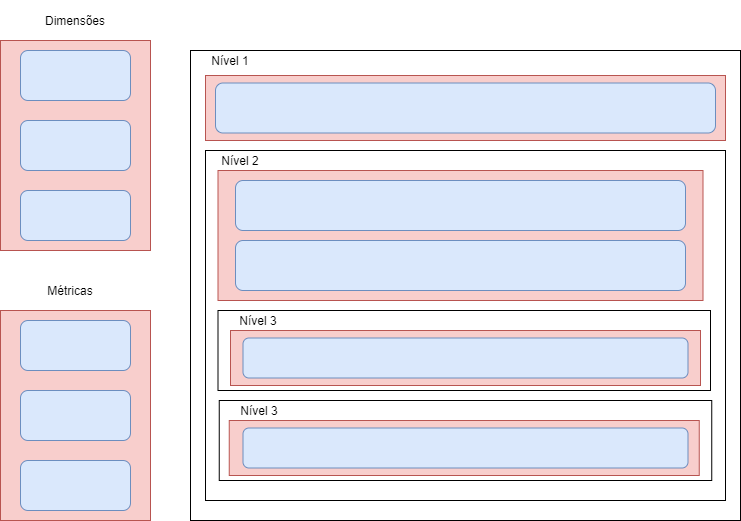
The draw.io diagram imagesRelatorio/RepresentacaoDetalhes.png in DuarteFelicio/DataAnnotation, before a commit. Source tidied: cells renumbered, new cells last; positions are measured from the earlier drawing's top-left corner, leaving out a move shared by most shapes.
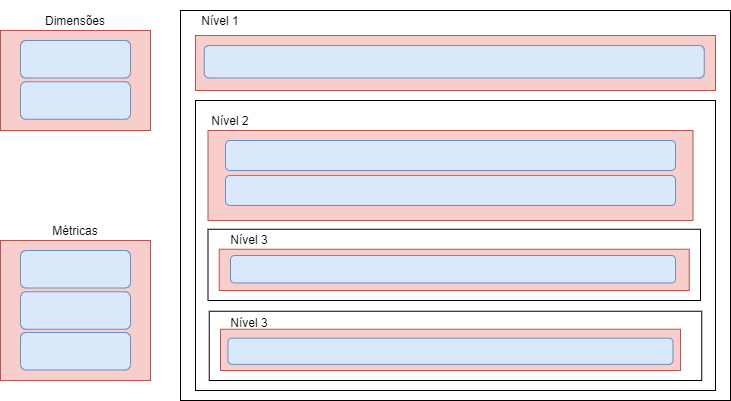
After the commit.

The edit, as a diff of the source:
```diff
@@ -3,85 +3,82 @@
     <mxCell id="0" />
     <mxCell id="1" parent="0" />
     <mxCell id="2" value="Dimensões" style="text;html=1;strokeColor=none;fillColor=none;align=center;verticalAlign=middle;whiteSpace=wrap;rounded=0;" parent="1" vertex="1">
-      <mxGeometry x="45" width="60" height="40" as="geometry" />
+      <mxGeometry x="45" y="80" width="60" height="40" as="geometry" />
     </mxCell>
-    <mxCell id="3" style="rounded=0;whiteSpace=wrap;html=1;fillColor=#f8cecc;strokeColor=#b85450;" parent="1" vertex="1">
-      <mxGeometry y="40" width="150" height="210" as="geometry" />
-    </mxCell>
-    <mxCell id="4" style="rounded=1;whiteSpace=wrap;html=1;fillColor=#dae8fc;strokeColor=#6c8ebf;" parent="1" vertex="1">
-      <mxGeometry x="20" y="50" width="110" height="50" as="geometry" />
-    </mxCell>
-    <mxCell id="5" style="rounded=1;whiteSpace=wrap;html=1;fillColor=#dae8fc;strokeColor=#6c8ebf;" parent="1" vertex="1">
-      <mxGeometry x="20" y="120" width="110" height="50" as="geometry" />
-    </mxCell>
-    <mxCell id="6" style="rounded=1;whiteSpace=wrap;html=1;fillColor=#dae8fc;strokeColor=#6c8ebf;" parent="1" vertex="1">
-      <mxGeometry x="20" y="190" width="110" height="50" as="geometry" />
-    </mxCell>
     <mxCell id="7" value="Métricas" style="text;html=1;strokeColor=none;fillColor=none;align=center;verticalAlign=middle;whiteSpace=wrap;rounded=0;" parent="1" vertex="1">
-      <mxGeometry x="40" y="270" width="60" height="40" as="geometry" />
+      <mxGeometry x="45" y="290" width="60" height="40" as="geometry" />
     </mxCell>
     <mxCell id="8" style="rounded=0;whiteSpace=wrap;html=1;fillColor=#f8cecc;strokeColor=#b85450;" parent="1" vertex="1">
-      <mxGeometry y="310" width="150" height="210" as="geometry" />
+      <mxGeometry y="320" width="150" height="140" as="geometry" />
     </mxCell>
     <mxCell id="9" style="rounded=1;whiteSpace=wrap;html=1;fillColor=#dae8fc;strokeColor=#6c8ebf;" parent="1" vertex="1">
-      <mxGeometry x="20" y="320" width="110" height="50" as="geometry" />
+      <mxGeometry x="20" y="330" width="110" height="37.5" as="geometry" />
     </mxCell>
-    <mxCell id="10" style="rounded=1;whiteSpace=wrap;html=1;fillColor=#dae8fc;strokeColor=#6c8ebf;" parent="1" vertex="1">
-      <mxGeometry x="20" y="390" width="110" height="50" as="geometry" />
-    </mxCell>
-    <mxCell id="11" style="rounded=1;whiteSpace=wrap;html=1;fillColor=#dae8fc;strokeColor=#6c8ebf;" parent="1" vertex="1">
-      <mxGeometry x="20" y="460" width="110" height="50" as="geometry" />
-    </mxCell>
     <mxCell id="12" style="rounded=0;whiteSpace=wrap;html=1;" parent="1" vertex="1">
-      <mxGeometry x="190" y="50" width="550" height="470" as="geometry" />
+      <mxGeometry x="180" y="90" width="550" height="390" as="geometry" />
     </mxCell>
     <mxCell id="13" value="Nível 1" style="text;html=1;strokeColor=none;fillColor=none;align=center;verticalAlign=middle;whiteSpace=wrap;rounded=0;" parent="1" vertex="1">
-      <mxGeometry x="190" y="50" width="80" height="20" as="geometry" />
+      <mxGeometry x="180" y="90" width="80" height="20" as="geometry" />
     </mxCell>
     <mxCell id="14" style="rounded=0;whiteSpace=wrap;html=1;" parent="1" vertex="1">
-      <mxGeometry x="205" y="150" width="520" height="350" as="geometry" />
+      <mxGeometry x="195" y="180" width="520" height="290" as="geometry" />
     </mxCell>
     <mxCell id="15" value="Nível 2" style="text;html=1;strokeColor=none;fillColor=none;align=center;verticalAlign=middle;whiteSpace=wrap;rounded=0;" parent="1" vertex="1">
-      <mxGeometry x="200" y="150" width="80" height="20" as="geometry" />
+      <mxGeometry x="190" y="190" width="80" height="20" as="geometry" />
     </mxCell>
     <mxCell id="16" style="rounded=0;whiteSpace=wrap;html=1;fillColor=#f8cecc;strokeColor=#b85450;" parent="1" vertex="1">
-      <mxGeometry x="205" y="75" width="520" height="65" as="geometry" />
+      <mxGeometry x="195" y="115" width="520" height="55" as="geometry" />
     </mxCell>
     <mxCell id="17" style="rounded=1;whiteSpace=wrap;html=1;fillColor=#dae8fc;strokeColor=#6c8ebf;" parent="1" vertex="1">
-      <mxGeometry x="215" y="82.5" width="500" height="50" as="geometry" />
+      <mxGeometry x="203.8" y="125" width="500" height="32.5" as="geometry" />
     </mxCell>
     <mxCell id="18" style="rounded=0;whiteSpace=wrap;html=1;fillColor=#f8cecc;strokeColor=#b85450;" parent="1" vertex="1">
-      <mxGeometry x="217.5" y="170" width="485" height="130" as="geometry" />
+      <mxGeometry x="207.5" y="210" width="485" height="90" as="geometry" />
     </mxCell>
     <mxCell id="19" style="rounded=1;whiteSpace=wrap;html=1;fillColor=#dae8fc;strokeColor=#6c8ebf;" parent="1" vertex="1">
-      <mxGeometry x="235" y="180" width="450" height="50" as="geometry" />
+      <mxGeometry x="225" y="220" width="450" height="30" as="geometry" />
     </mxCell>
     <mxCell id="20" style="rounded=1;whiteSpace=wrap;html=1;fillColor=#dae8fc;strokeColor=#6c8ebf;" parent="1" vertex="1">
-      <mxGeometry x="235" y="240" width="450" height="50" as="geometry" />
+      <mxGeometry x="225" y="255" width="450" height="30" as="geometry" />
     </mxCell>
     <mxCell id="21" style="rounded=0;whiteSpace=wrap;html=1;" parent="1" vertex="1">
-      <mxGeometry x="217.5" y="310" width="492.5" height="80" as="geometry" />
+      <mxGeometry x="207.5" y="308.8" width="492.5" height="71.2" as="geometry" />
     </mxCell>
     <mxCell id="22" style="rounded=0;whiteSpace=wrap;html=1;fillColor=#f8cecc;strokeColor=#b85450;" parent="1" vertex="1">
-      <mxGeometry x="230" y="330" width="470" height="55" as="geometry" />
+      <mxGeometry x="218.8" y="328.8" width="470" height="41.2" as="geometry" />
     </mxCell>
     <mxCell id="23" value="Nível 3" style="text;html=1;strokeColor=none;fillColor=none;align=center;verticalAlign=middle;whiteSpace=wrap;rounded=0;" parent="1" vertex="1">
-      <mxGeometry x="217.5" y="310" width="80" height="20" as="geometry" />
+      <mxGeometry x="208.8" y="308.8" width="80" height="20" as="geometry" />
     </mxCell>
     <mxCell id="24" style="rounded=0;whiteSpace=wrap;html=1;" parent="1" vertex="1">
-      <mxGeometry x="218.8" y="400" width="492.5" height="80" as="geometry" />
+      <mxGeometry x="208.8" y="390.8" width="492.5" height="69.2" as="geometry" />
     </mxCell>
     <mxCell id="25" value="Nível 3" style="text;html=1;strokeColor=none;fillColor=none;align=center;verticalAlign=middle;whiteSpace=wrap;rounded=0;" parent="1" vertex="1">
-      <mxGeometry x="218.8" y="400" width="80" height="20" as="geometry" />
+      <mxGeometry x="208.8" y="392" width="80" height="20" as="geometry" />
     </mxCell>
     <mxCell id="26" style="rounded=0;whiteSpace=wrap;html=1;fillColor=#f8cecc;strokeColor=#b85450;" parent="1" vertex="1">
-      <mxGeometry x="228.8" y="420" width="470" height="55" as="geometry" />
+      <mxGeometry x="220" y="408.8" width="460" height="41.2" as="geometry" />
     </mxCell>
     <mxCell id="27" style="rounded=1;whiteSpace=wrap;html=1;fillColor=#dae8fc;strokeColor=#6c8ebf;" parent="1" vertex="1">
-      <mxGeometry x="242.5" y="337.5" width="445" height="40" as="geometry" />
+      <mxGeometry x="230" y="335" width="445" height="27.5" as="geometry" />
     </mxCell>
     <mxCell id="28" style="rounded=1;whiteSpace=wrap;html=1;fillColor=#dae8fc;strokeColor=#6c8ebf;" parent="1" vertex="1">
-      <mxGeometry x="242.5" y="427.5" width="445" height="40" as="geometry" />
+      <mxGeometry x="227.5" y="417.6" width="445" height="26.2" as="geometry" />
     </mxCell>
+    <mxCell id="29" style="rounded=1;whiteSpace=wrap;html=1;fillColor=#dae8fc;strokeColor=#6c8ebf;" parent="1" vertex="1">
+      <mxGeometry x="20" y="371.2" width="110" height="37.5" as="geometry" />
+    </mxCell>
+    <mxCell id="30" style="rounded=1;whiteSpace=wrap;html=1;fillColor=#dae8fc;strokeColor=#6c8ebf;" parent="1" vertex="1">
+      <mxGeometry x="20" y="412" width="110" height="37.5" as="geometry" />
+    </mxCell>
+    <mxCell id="31" style="rounded=0;whiteSpace=wrap;html=1;fillColor=#f8cecc;strokeColor=#b85450;" parent="1" vertex="1">
+      <mxGeometry y="110" width="150" height="100" as="geometry" />
+    </mxCell>
+    <mxCell id="32" style="rounded=1;whiteSpace=wrap;html=1;fillColor=#dae8fc;strokeColor=#6c8ebf;" parent="1" vertex="1">
+      <mxGeometry x="20" y="120" width="110" height="37.5" as="geometry" />
+    </mxCell>
+    <mxCell id="33" style="rounded=1;whiteSpace=wrap;html=1;fillColor=#dae8fc;strokeColor=#6c8ebf;" parent="1" vertex="1">
+      <mxGeometry x="20" y="161.2" width="110" height="37.5" as="geometry" />
+    </mxCell>
   </root>
 </mxGraphModel>
```
